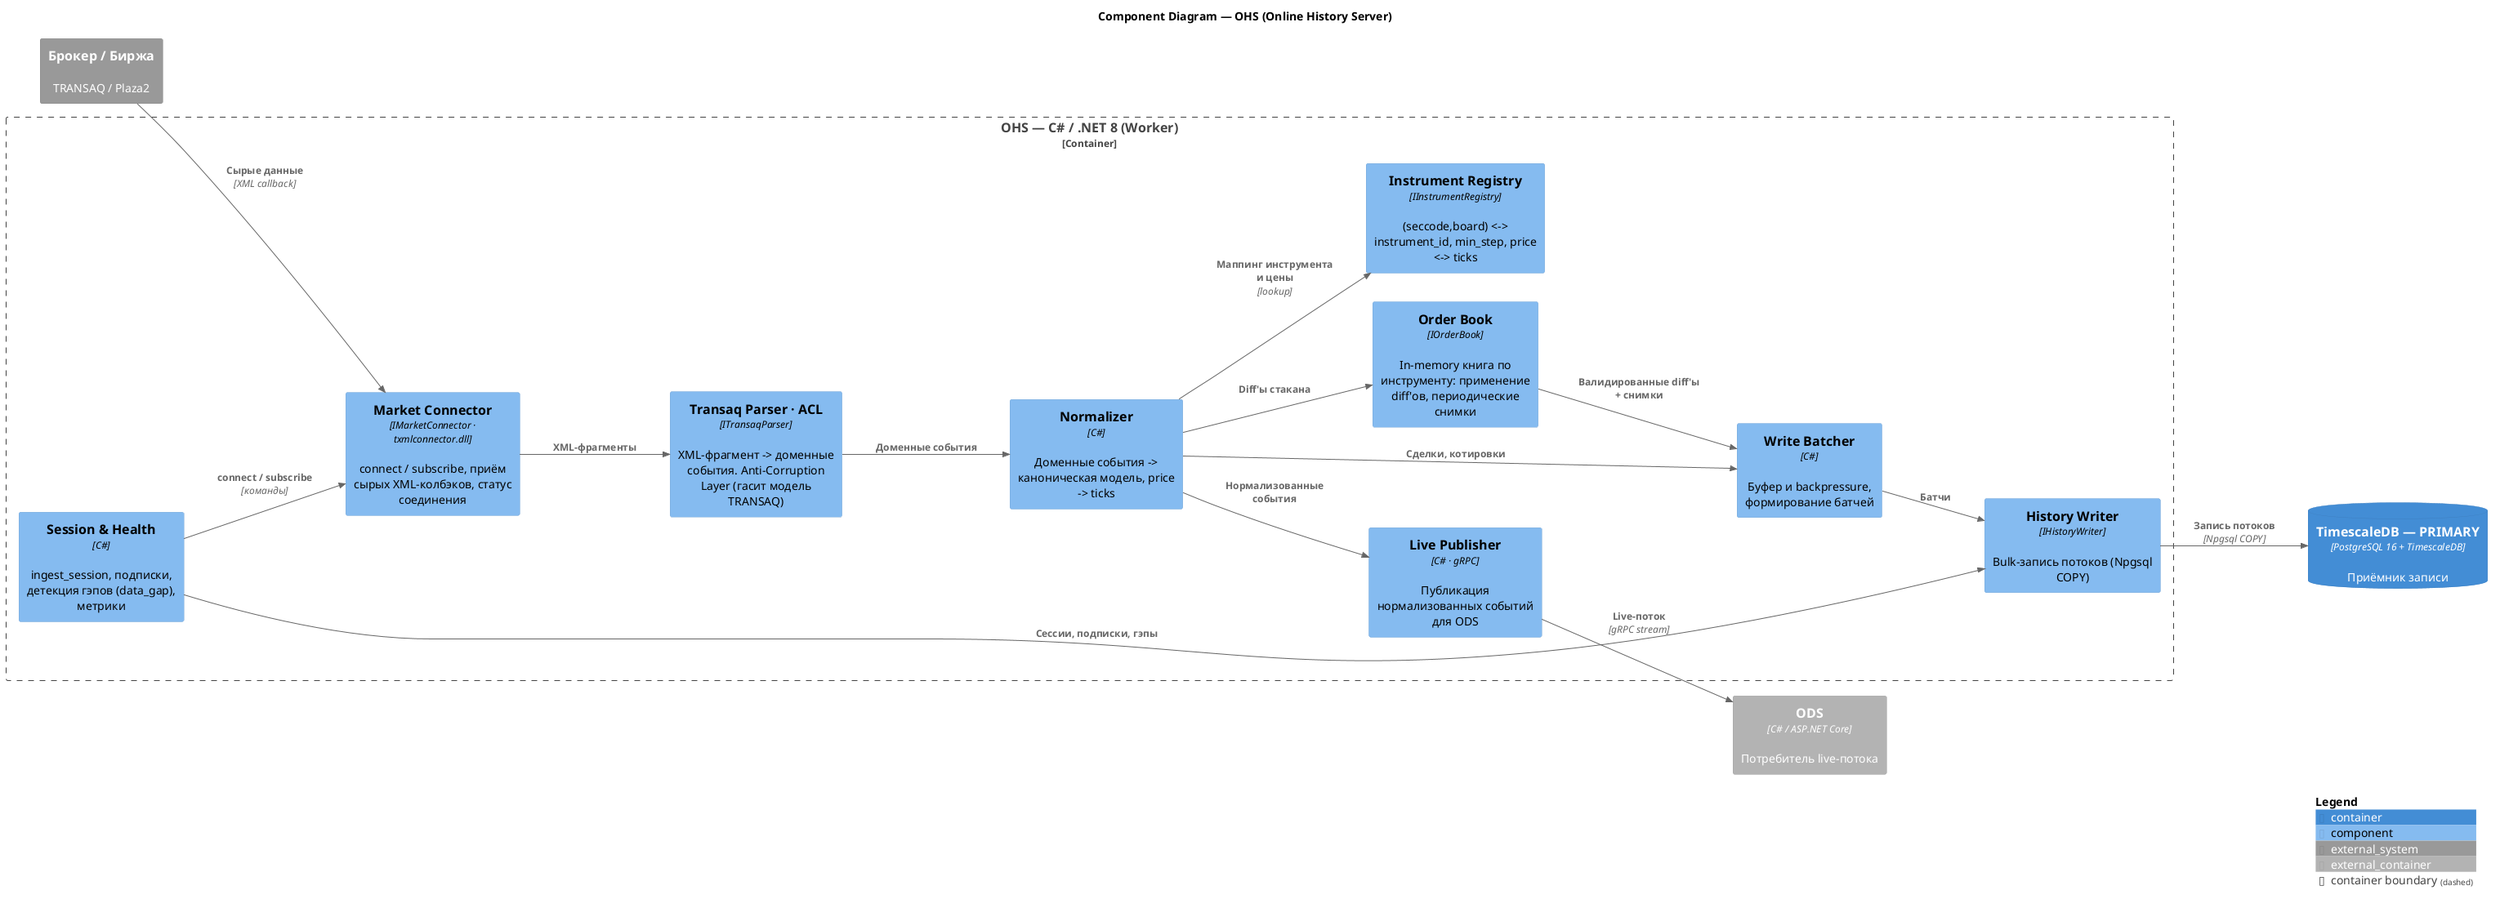
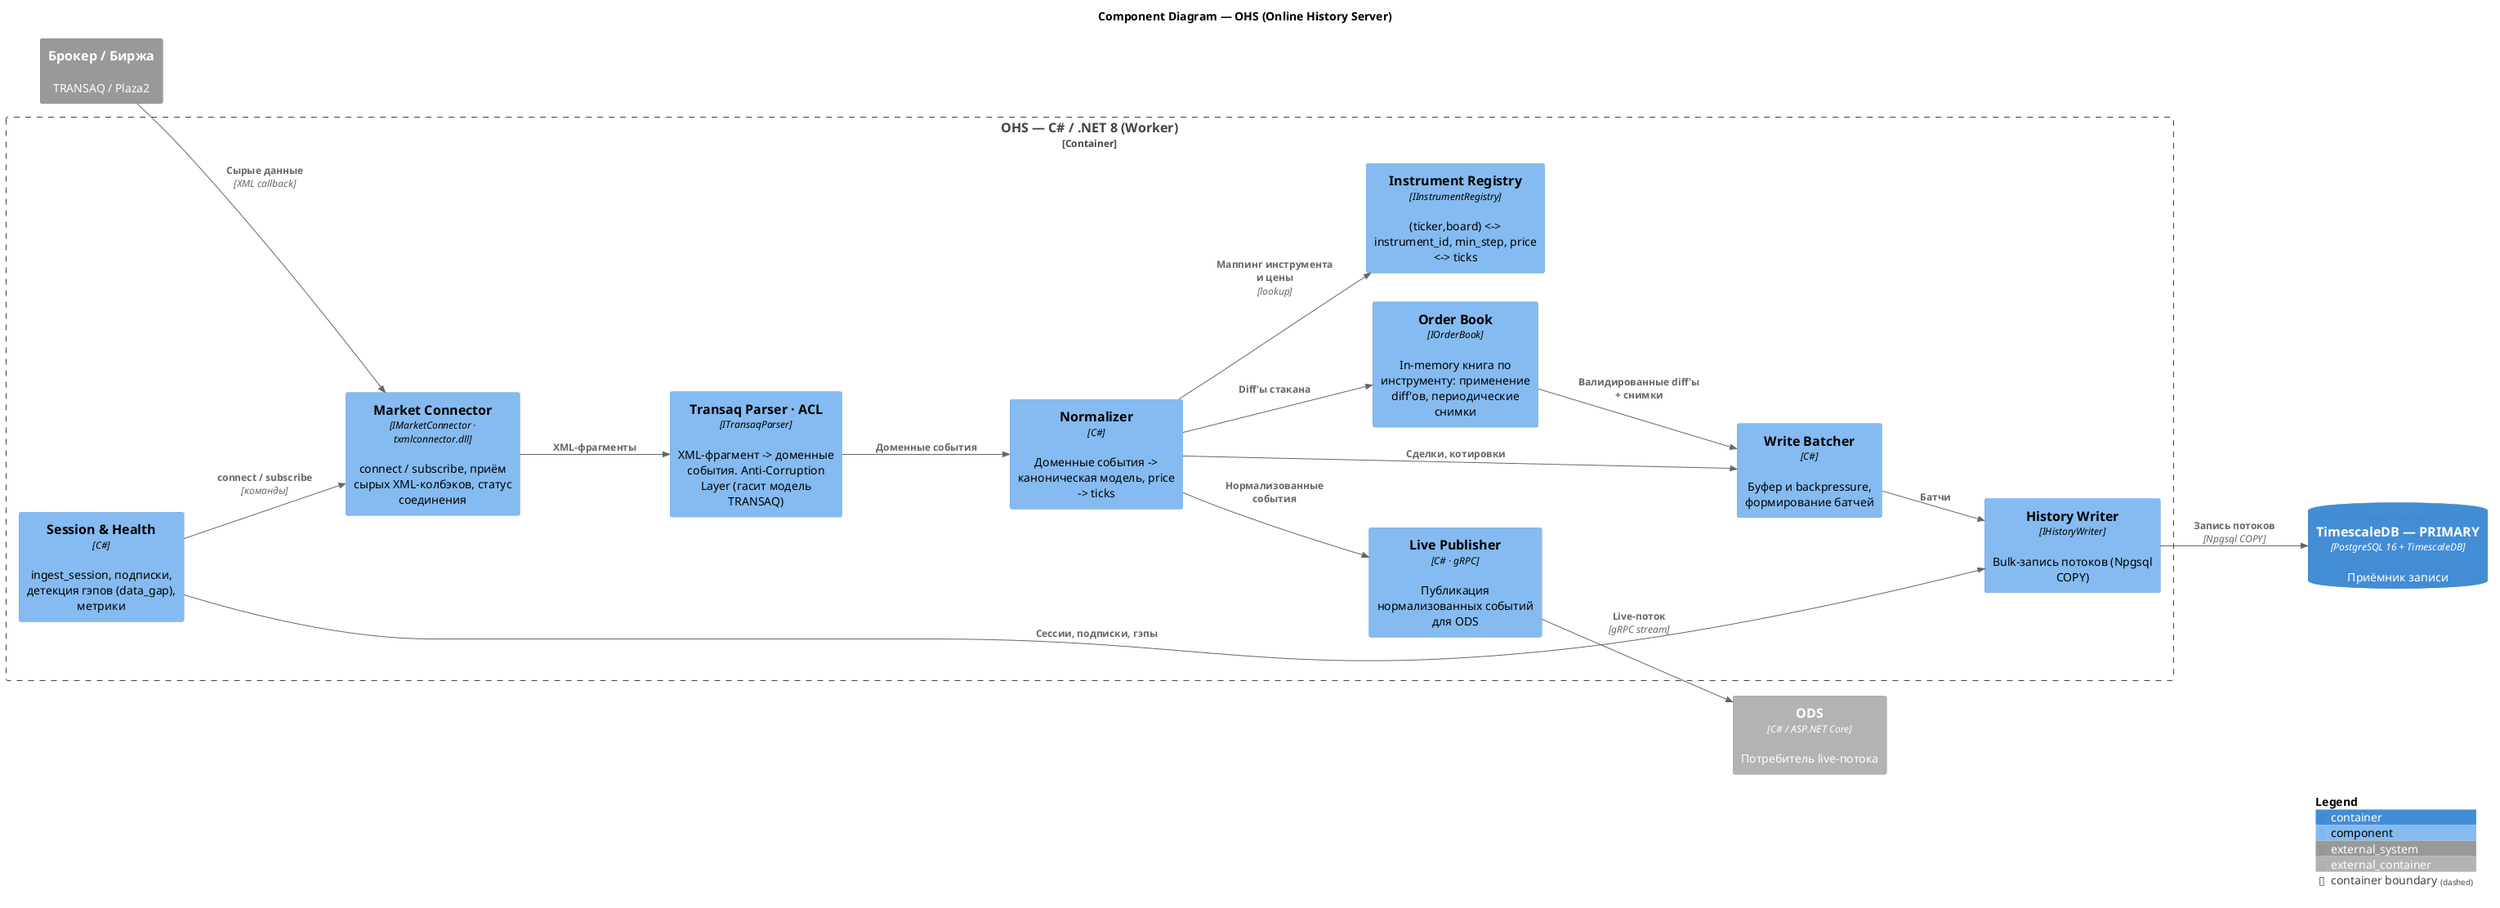
@startuml Scinverse_Component_OHS
' C4 Level 3 — Component. Зум в контейнер OHS (write-path Data Context).
' Рендер: PlantUML server (настроен в settings.json). C4-PlantUML — из встроенной stdlib.
!include <C4/C4_Component>

LAYOUT_LEFT_RIGHT()
skinparam nodesep 35
skinparam ranksep 80
skinparam wrapWidth 200

title Component Diagram — OHS (Online History Server)

System_Ext(broker,   "Брокер / Биржа", "TRANSAQ / Plaza2")
ContainerDb(dbPrimary, "TimescaleDB — PRIMARY", "PostgreSQL 16 + TimescaleDB", "Приёмник записи")
Container_Ext(ods, "ODS", "C# / ASP.NET Core", "Потребитель live-потока")

Container_Boundary(ohs, "OHS — C# / .NET 8 (Worker)") {

    Component(connector, "Market Connector", "IMarketConnector · txmlconnector.dll", "connect / subscribe, приём сырых XML-колбэков, статус соединения")
    Component(parser,    "Transaq Parser · ACL", "ITransaqParser", "XML-фрагмент -> доменные события. Anti-Corruption Layer (гасит модель TRANSAQ)")
-     Component(registry,  "Instrument Registry", "IInstrumentRegistry", "(seccode,board) <-> instrument_id, min_step, price <-> ticks")
+     Component(registry,  "Instrument Registry", "IInstrumentRegistry", "(ticker,board) <-> instrument_id, min_step, price <-> ticks")
    Component(normalizer,"Normalizer", "C#", "Доменные события -> каноническая модель, price -> ticks")
    Component(book,      "Order Book", "IOrderBook", "In-memory книга по инструменту: применение diff'ов, периодические снимки")
    Component(batcher,   "Write Batcher", "C#", "Буфер и backpressure, формирование батчей")
    Component(writer,    "History Writer", "IHistoryWriter", "Bulk-запись потоков (Npgsql COPY)")
    Component(publisher, "Live Publisher", "C# · gRPC", "Публикация нормализованных событий для ODS")
    Component(session,   "Session & Health", "C#", "ingest_session, подписки, детекция гэпов (data_gap), метрики")
}

' --- Приём и разбор ---
Rel(broker, connector, "Сырые данные", "XML callback")
Rel(connector, parser, "XML-фрагменты")
Rel(parser, normalizer, "Доменные события")
Rel(normalizer, registry, "Маппинг инструмента и цены", "lookup")

' --- Ветвление потоков ---
Rel(normalizer, book, "Diff'ы стакана")
Rel(normalizer, batcher, "Сделки, котировки")
Rel(book, batcher, "Валидированные diff'ы + снимки")
Rel(normalizer, publisher, "Нормализованные события")

' --- Запись ---
Rel(batcher, writer, "Батчи")
Rel(writer, dbPrimary, "Запись потоков", "Npgsql COPY")

' --- Live наружу ---
Rel(publisher, ods, "Live-поток", "gRPC stream")

' --- Управление сессией ---
Rel(session, connector, "connect / subscribe", "команды")
Rel(session, writer, "Сессии, подписки, гэпы")

SHOW_LEGEND()
@enduml
